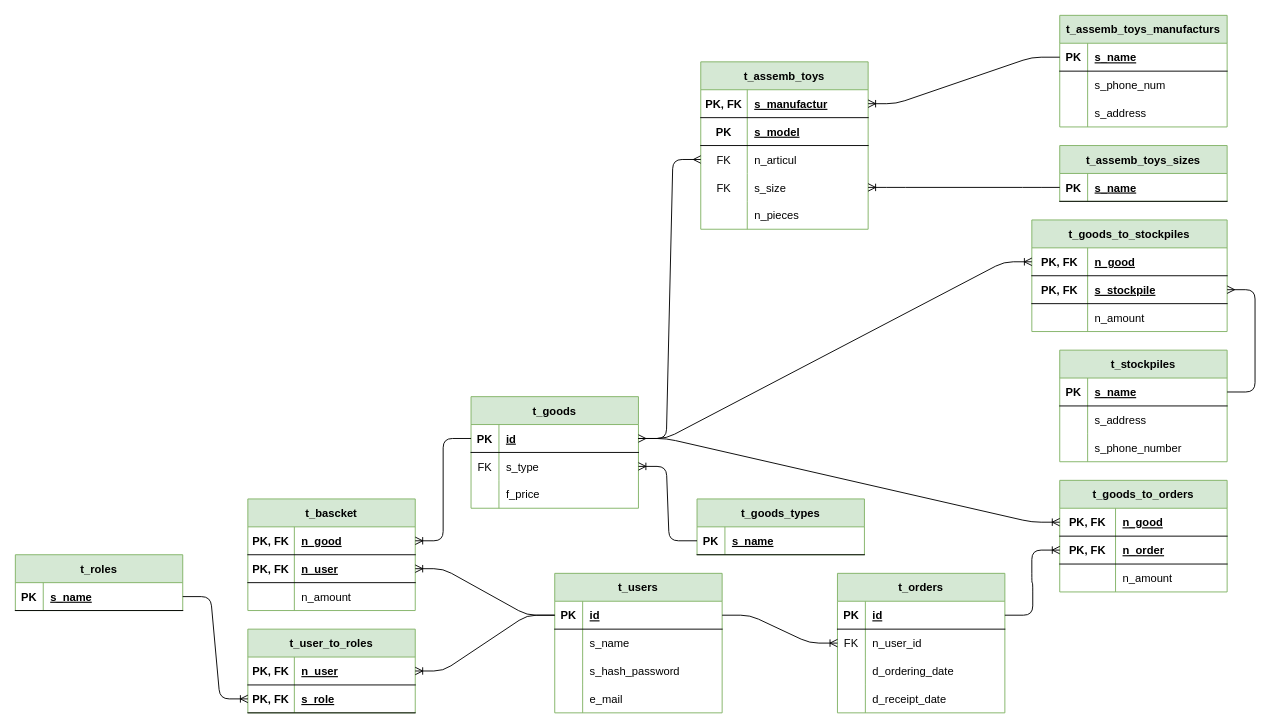
Above: server/db_relations.drawio in XJIE6yIIIEK/e-com-shop (draw.io), before the change. Source tidied: cells renumbered, new cells numbered last; positions are measured from the earlier drawing's top-left corner, leaving out a move shared by most shapes. Both pictures are drawn from the tidied source at 93%, with x=0, y=0 at pixel (15, 15).
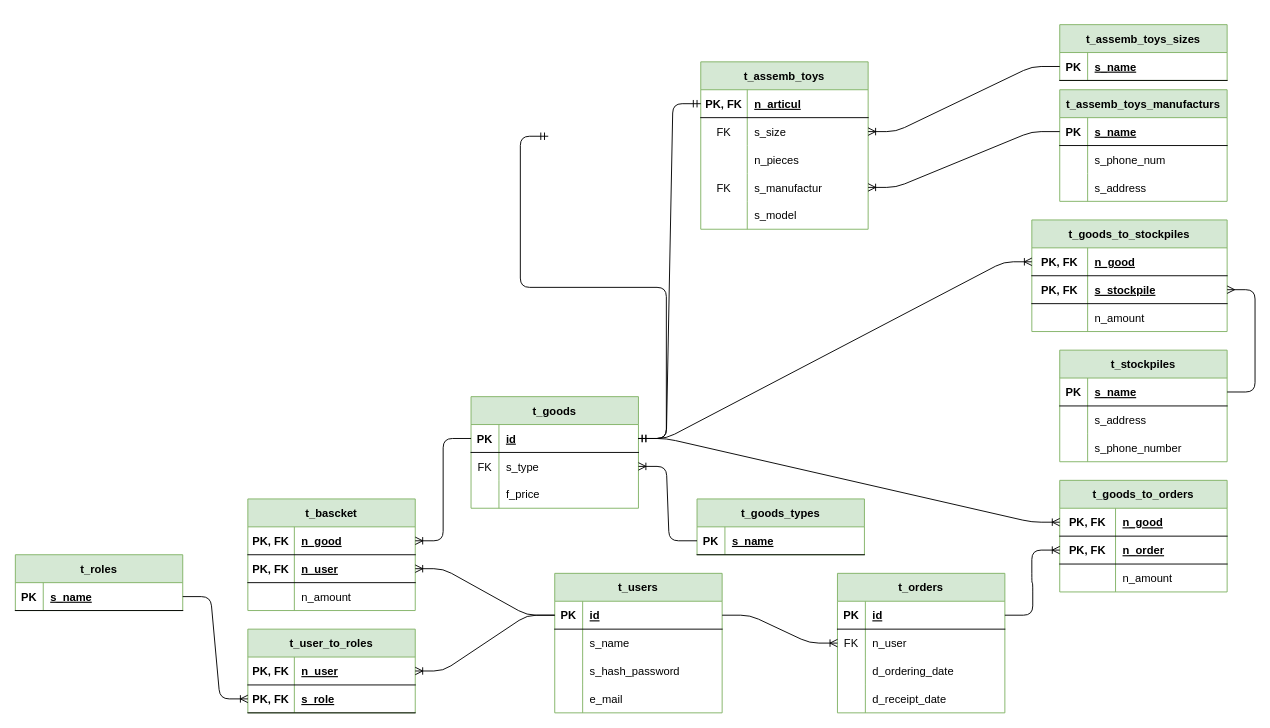
The same diagram, later.

Unchanged cells that the change refers to:
```xml
<mxCell id="19" style="shape=partialRectangle;fillColor=none;top=0;left=0;bottom=0;right=0;points=[[0,0.5],[1,0.5]];portConstraint=eastwest;" parent="15" vertex="1">
  <mxGeometry y="60" width="180" height="30" as="geometry" />
</mxCell>
<mxCell id="30" style="shape=partialRectangle;fillColor=none;top=0;left=0;bottom=1;right=0;points=[[0,0.5],[1,0.5]];portConstraint=eastwest;" parent="29" vertex="1">
  <mxGeometry y="30" width="180" height="30" as="geometry" />
</mxCell>
<mxCell id="69" value="t_assemb_toys" style="shape=table;startSize=30;childLayout=tableLayout;rowLines=0;fontStyle=1;align=center;fillColor=#d5e8d4;strokeColor=#82b366;" parent="1" vertex="1">
  <mxGeometry x="737" y="50" width="180" height="180" as="geometry" />
</mxCell>
<mxCell id="70" style="shape=partialRectangle;fillColor=none;top=0;left=0;bottom=1;right=0;points=[[0,0.5],[1,0.5]];portConstraint=eastwest;" parent="69" vertex="1">
  <mxGeometry y="30" width="180" height="30" as="geometry" />
</mxCell>
<mxCell id="87" style="shape=partialRectangle;fillColor=none;top=0;left=0;bottom=1;right=0;points=[[0,0.5],[1,0.5]];portConstraint=eastwest;" parent="86" vertex="1">
  <mxGeometry y="30" width="180" height="30" as="geometry" />
</mxCell>
```

Change to the diagram source:
```diff
@@
-    <mxCell id="21" value="n_user_id" style="shape=partialRectangle;fillColor=none;top=0;left=0;bottom=0;right=0;align=left;spacingLeft=6;overflow=hidden;" parent="19" vertex="1">
+    <mxCell id="21" value="n_user" style="shape=partialRectangle;fillColor=none;top=0;left=0;bottom=0;right=0;align=left;spacingLeft=6;overflow=hidden;" parent="19" vertex="1">
       <mxGeometry x="30" width="150" height="30" as="geometry" />
     </mxCell>
@@
-    <mxCell id="72" value="s_manufactur" style="shape=partialRectangle;fillColor=none;top=0;left=0;bottom=0;right=0;align=left;spacingLeft=6;fontStyle=5;overflow=hidden;" parent="70" vertex="1">
+    <mxCell id="72" value="n_articul" style="shape=partialRectangle;fillColor=none;top=0;left=0;bottom=0;right=0;align=left;spacingLeft=6;fontStyle=5;overflow=hidden;" parent="70" vertex="1">
       <mxGeometry x="50" width="130" height="30" as="geometry" />
     </mxCell>
-    <mxCell id="73" style="shape=partialRectangle;fillColor=none;top=0;left=0;bottom=1;right=0;" parent="69" vertex="1">
-      <mxGeometry y="60" width="180" height="30" as="geometry" />
-    </mxCell>
-    <mxCell id="74" value="PK" style="shape=partialRectangle;fillColor=none;top=0;left=0;bottom=0;right=0;fontStyle=1;overflow=hidden;" parent="73" vertex="1">
-      <mxGeometry width="50" height="30" as="geometry" />
-    </mxCell>
-    <mxCell id="75" value="s_model" style="shape=partialRectangle;fillColor=none;top=0;left=0;bottom=0;right=0;align=left;spacingLeft=6;fontStyle=5;overflow=hidden;" parent="73" vertex="1">
-      <mxGeometry x="50" width="130" height="30" as="geometry" />
-    </mxCell>
-    <mxCell id="76" style="shape=partialRectangle;fillColor=none;top=0;left=0;bottom=0;right=0;points=[[0,0.5],[1,0.5]];portConstraint=eastwest;" parent="69" vertex="1">
-      <mxGeometry y="90" width="180" height="30" as="geometry" />
-    </mxCell>
-    <mxCell id="77" value="FK" style="shape=partialRectangle;fillColor=none;top=0;left=0;bottom=0;right=0;overflow=hidden;" parent="76" vertex="1">
-      <mxGeometry width="50" height="30" as="geometry" />
-    </mxCell>
-    <mxCell id="78" value="n_articul" style="shape=partialRectangle;fillColor=none;top=0;left=0;bottom=0;right=0;align=left;spacingLeft=6;overflow=hidden;" parent="76" vertex="1">
-      <mxGeometry x="50" width="130" height="30" as="geometry" />
-    </mxCell>
     <mxCell id="79" style="shape=partialRectangle;fillColor=none;top=0;left=0;bottom=0;right=0;points=[[0,0.5],[1,0.5]];portConstraint=eastwest;" parent="69" vertex="1">
-      <mxGeometry y="120" width="180" height="30" as="geometry" />
+      <mxGeometry y="60" width="180" height="30" as="geometry" />
     </mxCell>
@@
     <mxCell id="82" style="shape=partialRectangle;fillColor=none;top=0;left=0;bottom=0;right=0;" parent="69" vertex="1">
-      <mxGeometry y="150" width="180" height="30" as="geometry" />
+      <mxGeometry y="90" width="180" height="30" as="geometry" />
     </mxCell>
@@
-    <mxCell id="85" style="edgeStyle=entityRelationEdgeStyle;fontSize=12;html=1;endArrow=ERmany;startArrow=ERmany;" parent="1" edge="1" source="30" target="76">
-      <mxGeometry relative="1" as="geometry" />
-    </mxCell>
+    <mxCell id="136" style="shape=partialRectangle;fillColor=none;top=0;left=0;bottom=0;right=0;points=[[0,0.5],[1,0.5]];portConstraint=eastwest;" parent="69" vertex="1">
+      <mxGeometry y="120" width="180" height="30" as="geometry" />
+    </mxCell>
+    <mxCell id="77" value="FK" style="shape=partialRectangle;fillColor=none;top=0;left=0;bottom=0;right=0;overflow=hidden;" parent="136" vertex="1">
+      <mxGeometry width="50" height="30" as="geometry" />
+    </mxCell>
+    <mxCell id="137" value="s_manufactur" style="shape=partialRectangle;fillColor=none;top=0;left=0;bottom=0;right=0;align=left;spacingLeft=6;overflow=hidden;" parent="136" vertex="1">
+      <mxGeometry x="50" width="130" height="30" as="geometry" />
+    </mxCell>
+    <mxCell id="138" style="shape=partialRectangle;fillColor=none;top=0;left=0;bottom=0;right=0;" parent="69" vertex="1">
+      <mxGeometry y="150" width="180" height="30" as="geometry" />
+    </mxCell>
+    <mxCell id="139" style="shape=partialRectangle;fillColor=none;top=0;left=0;bottom=0;right=0;overflow=hidden;" parent="138" vertex="1">
+      <mxGeometry width="50" height="30" as="geometry" />
+    </mxCell>
+    <mxCell id="75" value="s_model" style="shape=partialRectangle;fillColor=none;top=0;left=0;bottom=0;right=0;align=left;spacingLeft=6;overflow=hidden;" parent="138" vertex="1">
+      <mxGeometry x="50" width="130" height="30" as="geometry" />
+    </mxCell>
     <mxCell id="86" value="t_assemb_toys_manufacturs" style="shape=table;startSize=30;childLayout=tableLayout;rowLines=0;fontStyle=1;align=center;fillColor=#d5e8d4;strokeColor=#82b366;" parent="1" vertex="1">
-      <mxGeometry x="1123" width="180" height="120" as="geometry" />
+      <mxGeometry x="1123" y="80" width="180" height="120" as="geometry" />
     </mxCell>
@@
     <mxCell id="96" value="t_assemb_toys_sizes" style="shape=table;startSize=30;childLayout=tableLayout;rowLines=0;fontStyle=1;align=center;fillColor=#d5e8d4;strokeColor=#82b366;" parent="1" vertex="1">
-      <mxGeometry x="1123" y="140" width="180" height="60" as="geometry" />
+      <mxGeometry x="1123" y="10" width="180" height="60" as="geometry" />
     </mxCell>
@@
-    <mxCell id="127" style="edgeStyle=entityRelationEdgeStyle;fontSize=12;html=1;endArrow=ERoneToMany;" parent="1" edge="1" source="87" target="70">
+    <mxCell id="127" style="edgeStyle=entityRelationEdgeStyle;fontSize=12;html=1;endArrow=ERoneToMany;" parent="1" edge="1" source="87" target="136">
       <mxGeometry relative="1" as="geometry" />
     </mxCell>
@@
+    <mxCell id="140" style="edgeStyle=entityRelationEdgeStyle;fontSize=12;html=1;endArrow=ERmandOne;startArrow=ERmandOne;" parent="1" edge="1" source="30">
+      <mxGeometry relative="1" as="geometry">
+        <mxPoint x="573" y="130" as="targetPoint" />
+      </mxGeometry>
+    </mxCell>
+    <mxCell id="141" style="edgeStyle=entityRelationEdgeStyle;fontSize=12;html=1;endArrow=ERmandOne;startArrow=ERmandOne;" parent="1" edge="1" source="30" target="70">
+      <mxGeometry relative="1" as="geometry" />
+    </mxCell>
```
